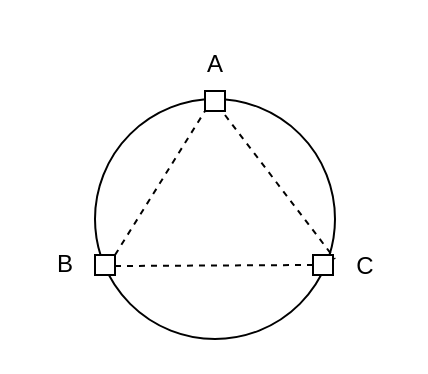
The draw.io diagram 伺服系统中位置传感器介绍.drawio in Vinson-001/Blog-flow-chart, before the edit. Source tidied: cells renumbered, new cells numbered last; positions are measured from the earlier drawing's top-left corner, leaving out a move shared by most shapes. Both pictures are drawn from the tidied source at 200%, with x=0, y=0 at pixel (34, 34).
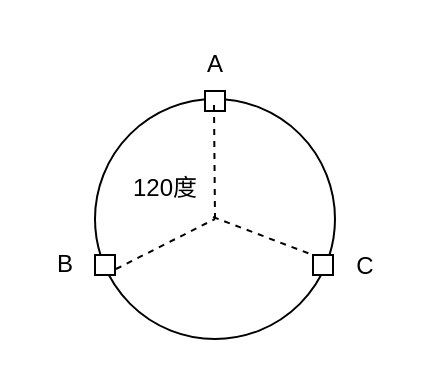
Above is the later version.

Commit message (it also covers changes not shown here):
更新伺服系统中位置传感器介绍.drawio

The edit, as a diff of the source:
```diff
@@
 <mxGraphModel>
   <root>
     <mxCell id="0" />
     <mxCell id="1" parent="0" />
     <mxCell id="2" style="ellipse;whiteSpace=wrap;html=1;" parent="1" vertex="1">
       <mxGeometry x="30" y="32" width="120" height="120" as="geometry" />
     </mxCell>
     <mxCell id="3" value="A" style="text;html=1;align=center;verticalAlign=middle;strokeColor=none;fillColor=none;" parent="1" vertex="1">
       <mxGeometry x="75" width="30" height="30" as="geometry" />
     </mxCell>
     <mxCell id="4" value="B" style="text;html=1;align=center;verticalAlign=middle;strokeColor=none;fillColor=none;" parent="1" vertex="1">
       <mxGeometry y="100" width="30" height="30" as="geometry" />
     </mxCell>
     <mxCell id="5" value="C" style="text;html=1;align=center;verticalAlign=middle;strokeColor=none;fillColor=none;" parent="1" vertex="1">
       <mxGeometry x="150" y="101" width="30" height="30" as="geometry" />
     </mxCell>
     <mxCell id="6" style="rounded=0;whiteSpace=wrap;html=1;" parent="1" vertex="1">
       <mxGeometry x="85" y="28" width="10" height="10" as="geometry" />
     </mxCell>
     <mxCell id="7" style="rounded=0;whiteSpace=wrap;html=1;" parent="1" vertex="1">
       <mxGeometry x="30" y="110" width="10" height="10" as="geometry" />
     </mxCell>
     <mxCell id="8" style="rounded=0;whiteSpace=wrap;html=1;" parent="1" vertex="1">
       <mxGeometry x="139" y="110" width="10" height="10" as="geometry" />
     </mxCell>
-    <mxCell id="9" style="endArrow=none;dashed=1;html=1;rounded=0;entryX=0;entryY=1;entryDx=0;entryDy=0;" parent="1" edge="1" target="6">
-      <mxGeometry relative="1" as="geometry">
-        <mxPoint x="40" y="110" as="sourcePoint" />
-      </mxGeometry>
-    </mxCell>
-    <mxCell id="10" style="endArrow=none;dashed=1;html=1;rounded=0;entryX=0;entryY=0.5;entryDx=0;entryDy=0;" parent="1" edge="1" target="8">
-      <mxGeometry relative="1" as="geometry">
-        <mxPoint x="40" y="115.5" as="sourcePoint" />
-      </mxGeometry>
-    </mxCell>
-    <mxCell id="11" style="endArrow=none;dashed=1;html=1;rounded=0;" parent="1" edge="1">
-      <mxGeometry relative="1" as="geometry">
-        <mxPoint x="95" y="40" as="sourcePoint" />
-        <mxPoint x="150" y="112" as="targetPoint" />
-      </mxGeometry>
-    </mxCell>
+    <mxCell id="12" style="endArrow=none;dashed=1;html=1;rounded=0;" parent="1" edge="1">
+      <mxGeometry relative="1" as="geometry">
+        <mxPoint x="90" y="92" as="sourcePoint" />
+        <mxPoint x="89.5" y="35" as="targetPoint" />
+      </mxGeometry>
+    </mxCell>
+    <mxCell id="13" style="endArrow=none;dashed=1;html=1;rounded=0;entryX=0.5;entryY=0.5;entryDx=0;entryDy=0;entryPerimeter=0;" parent="1" edge="1" target="2">
+      <mxGeometry relative="1" as="geometry">
+        <mxPoint x="40.5" y="117" as="sourcePoint" />
+      </mxGeometry>
+    </mxCell>
+    <mxCell id="14" style="endArrow=none;dashed=1;html=1;rounded=0;entryX=0;entryY=0;entryDx=0;entryDy=0;" parent="1" edge="1" target="8">
+      <mxGeometry relative="1" as="geometry">
+        <mxPoint x="89" y="91" as="sourcePoint" />
+      </mxGeometry>
+    </mxCell>
+    <mxCell id="15" value="120度" style="text;html=1;align=center;verticalAlign=middle;strokeColor=none;fillColor=none;" parent="1" vertex="1">
+      <mxGeometry x="35" y="62" width="60" height="30" as="geometry" />
+    </mxCell>
   </root>
 </mxGraphModel>
```
